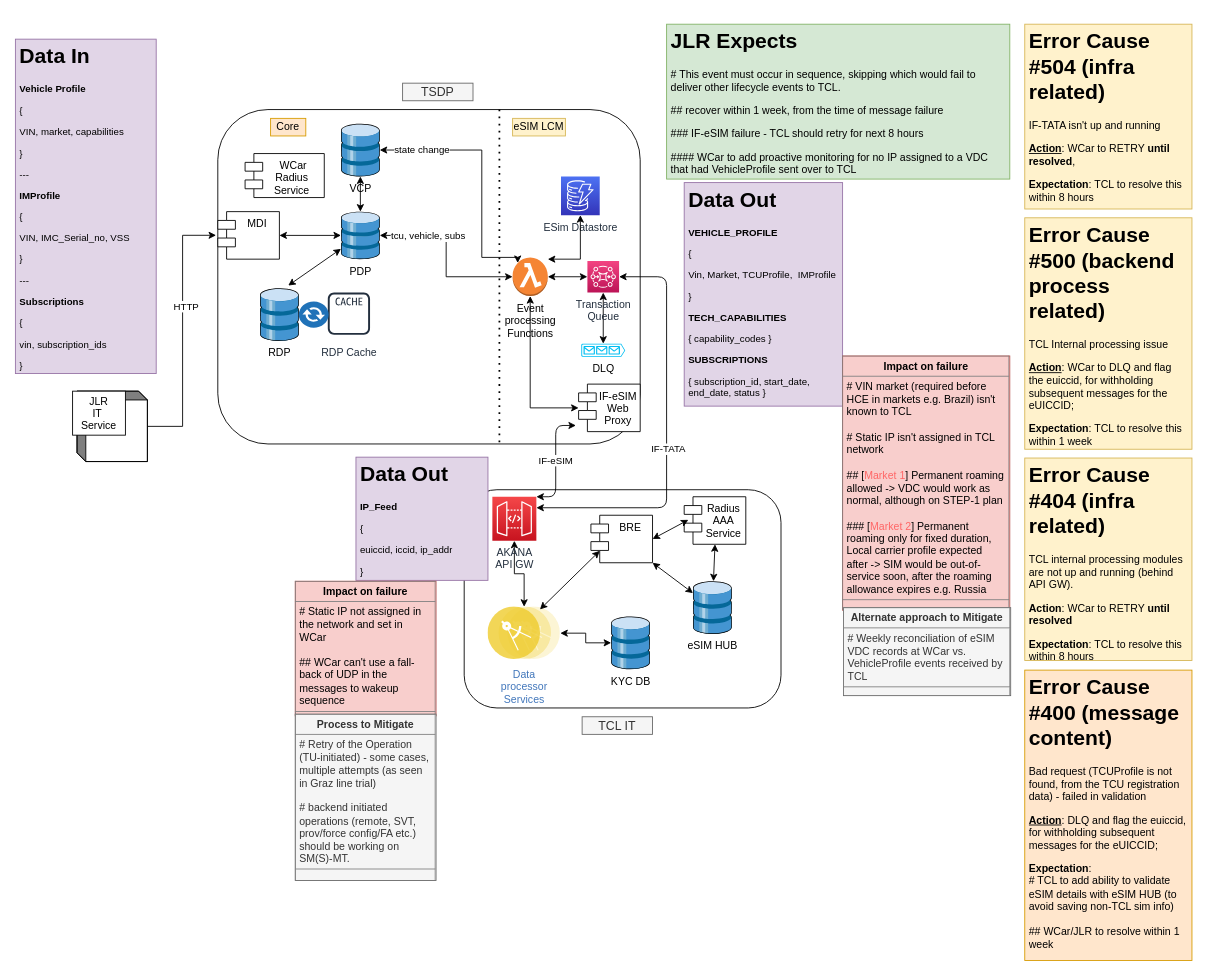
This is page "EoL - ABS" (4 of 12) of src/main/resources/VDC_eSIM_dataflow_WC_TCL.drawio from subhachat/CodeKata, a draw.io file, before an edit. Source tidied: cells renumbered, new cells numbered last; positions are measured from the earlier drawing's top-left corner, leaving out a move shared by most shapes. Both pictures are drawn from the tidied source at 88%, with x=0, y=0 at pixel (15, 24).
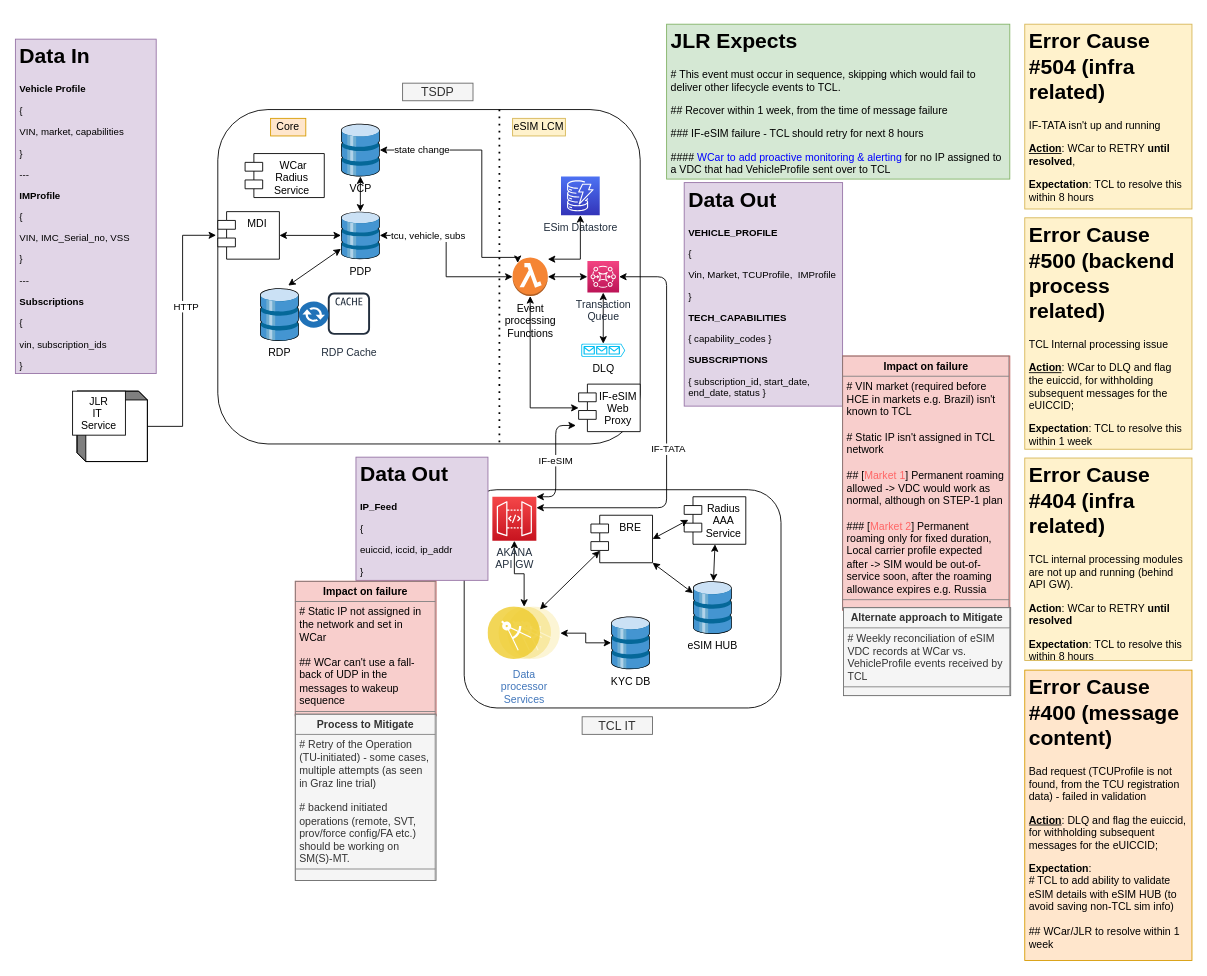
Above is the later version.

What changed in the source:
```diff
@@
-    <mxCell id="59" value="&lt;h1&gt;JLR Expects&lt;/h1&gt;&lt;p&gt;# This event must occur in sequence, skipping which would fail to deliver other lifecycle events to TCL.&lt;/p&gt;&lt;p&gt;&lt;span&gt;## recover within 1 week, from the time of message failure&lt;/span&gt;&lt;br&gt;&lt;/p&gt;&lt;p&gt;### IF-eSIM failure - TCL should retry for next 8 hours&lt;span&gt;&lt;br&gt;&lt;/span&gt;&lt;/p&gt;&lt;p&gt;&lt;span&gt;#### WCar to add proactive monitoring for no IP assigned to a VDC that had VehicleProfile sent over to TCL&lt;/span&gt;&lt;br&gt;&lt;/p&gt;" style="text;html=1;strokeColor=#82b366;fillColor=#d5e8d4;spacing=5;spacingTop=-20;whiteSpace=wrap;overflow=hidden;rounded=0;" parent="1" vertex="1">
+    <mxCell id="59" value="&lt;h1&gt;JLR Expects&lt;/h1&gt;&lt;p&gt;# This event must occur in sequence, skipping which would fail to deliver other lifecycle events to TCL.&lt;/p&gt;&lt;p&gt;&lt;span&gt;## Recover within 1 week, from the time of message failure&lt;/span&gt;&lt;br&gt;&lt;/p&gt;&lt;p&gt;### IF-eSIM failure - TCL should retry for next 8 hours&lt;span&gt;&lt;br&gt;&lt;/span&gt;&lt;/p&gt;&lt;p&gt;#### &lt;font color=&quot;#0000ff&quot;&gt;WCar to add proactive monitoring &amp;amp; alerting&lt;/font&gt; for no IP assigned to a VDC that had VehicleProfile sent over to TCL&lt;br&gt;&lt;/p&gt;" style="text;html=1;strokeColor=#82b366;fillColor=#d5e8d4;spacing=5;spacingTop=-20;whiteSpace=wrap;overflow=hidden;rounded=0;" parent="1" vertex="1">
       <mxGeometry x="740" width="390" height="176" as="geometry" />
     </mxCell>
```
